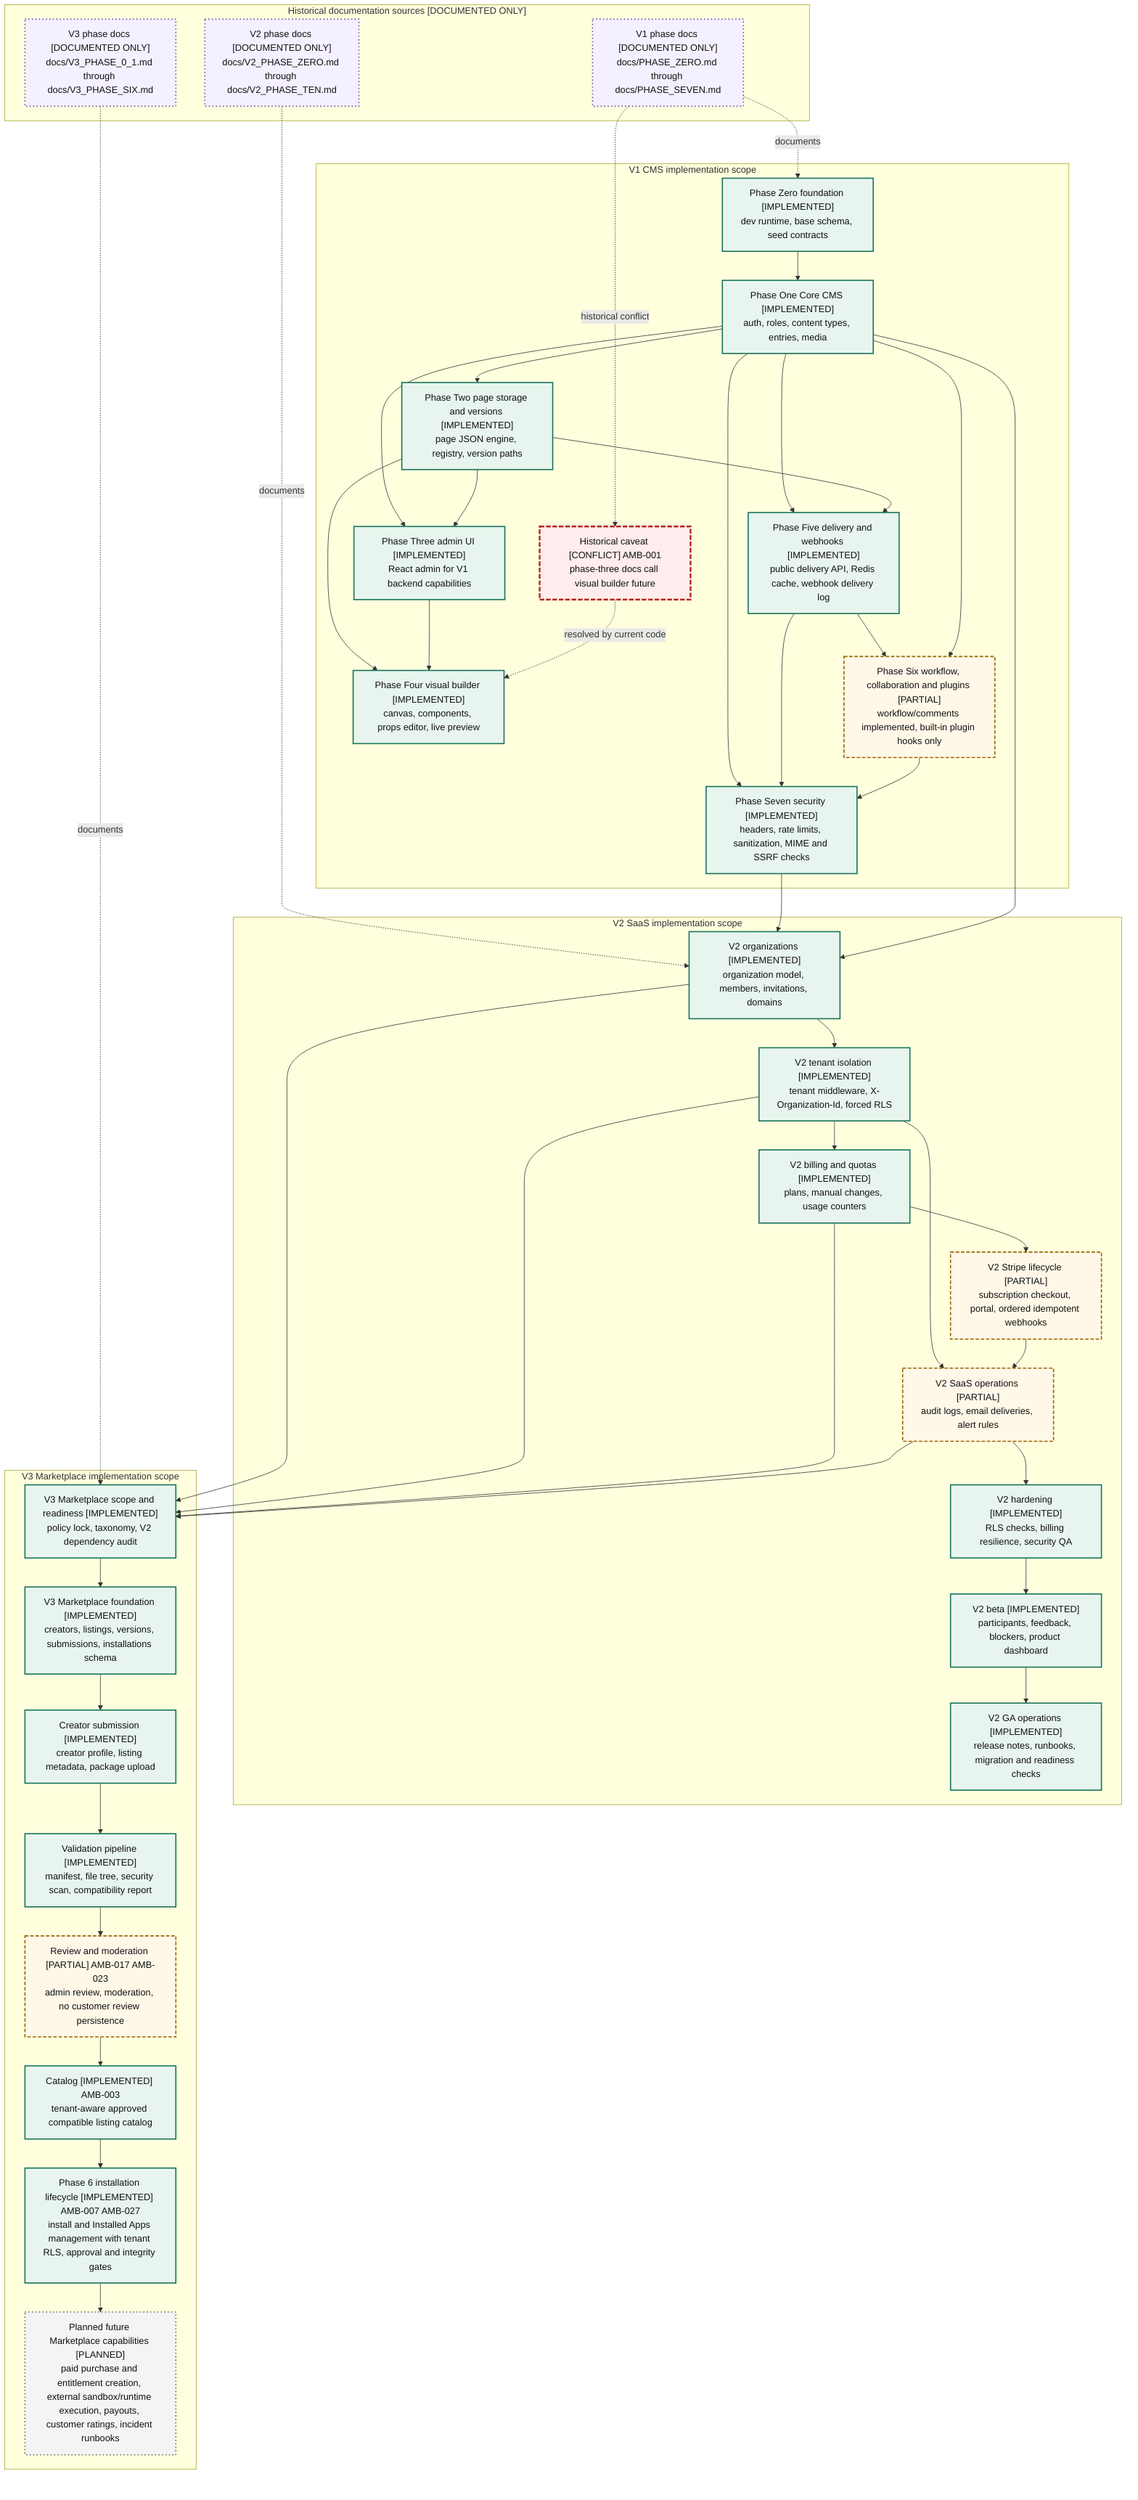
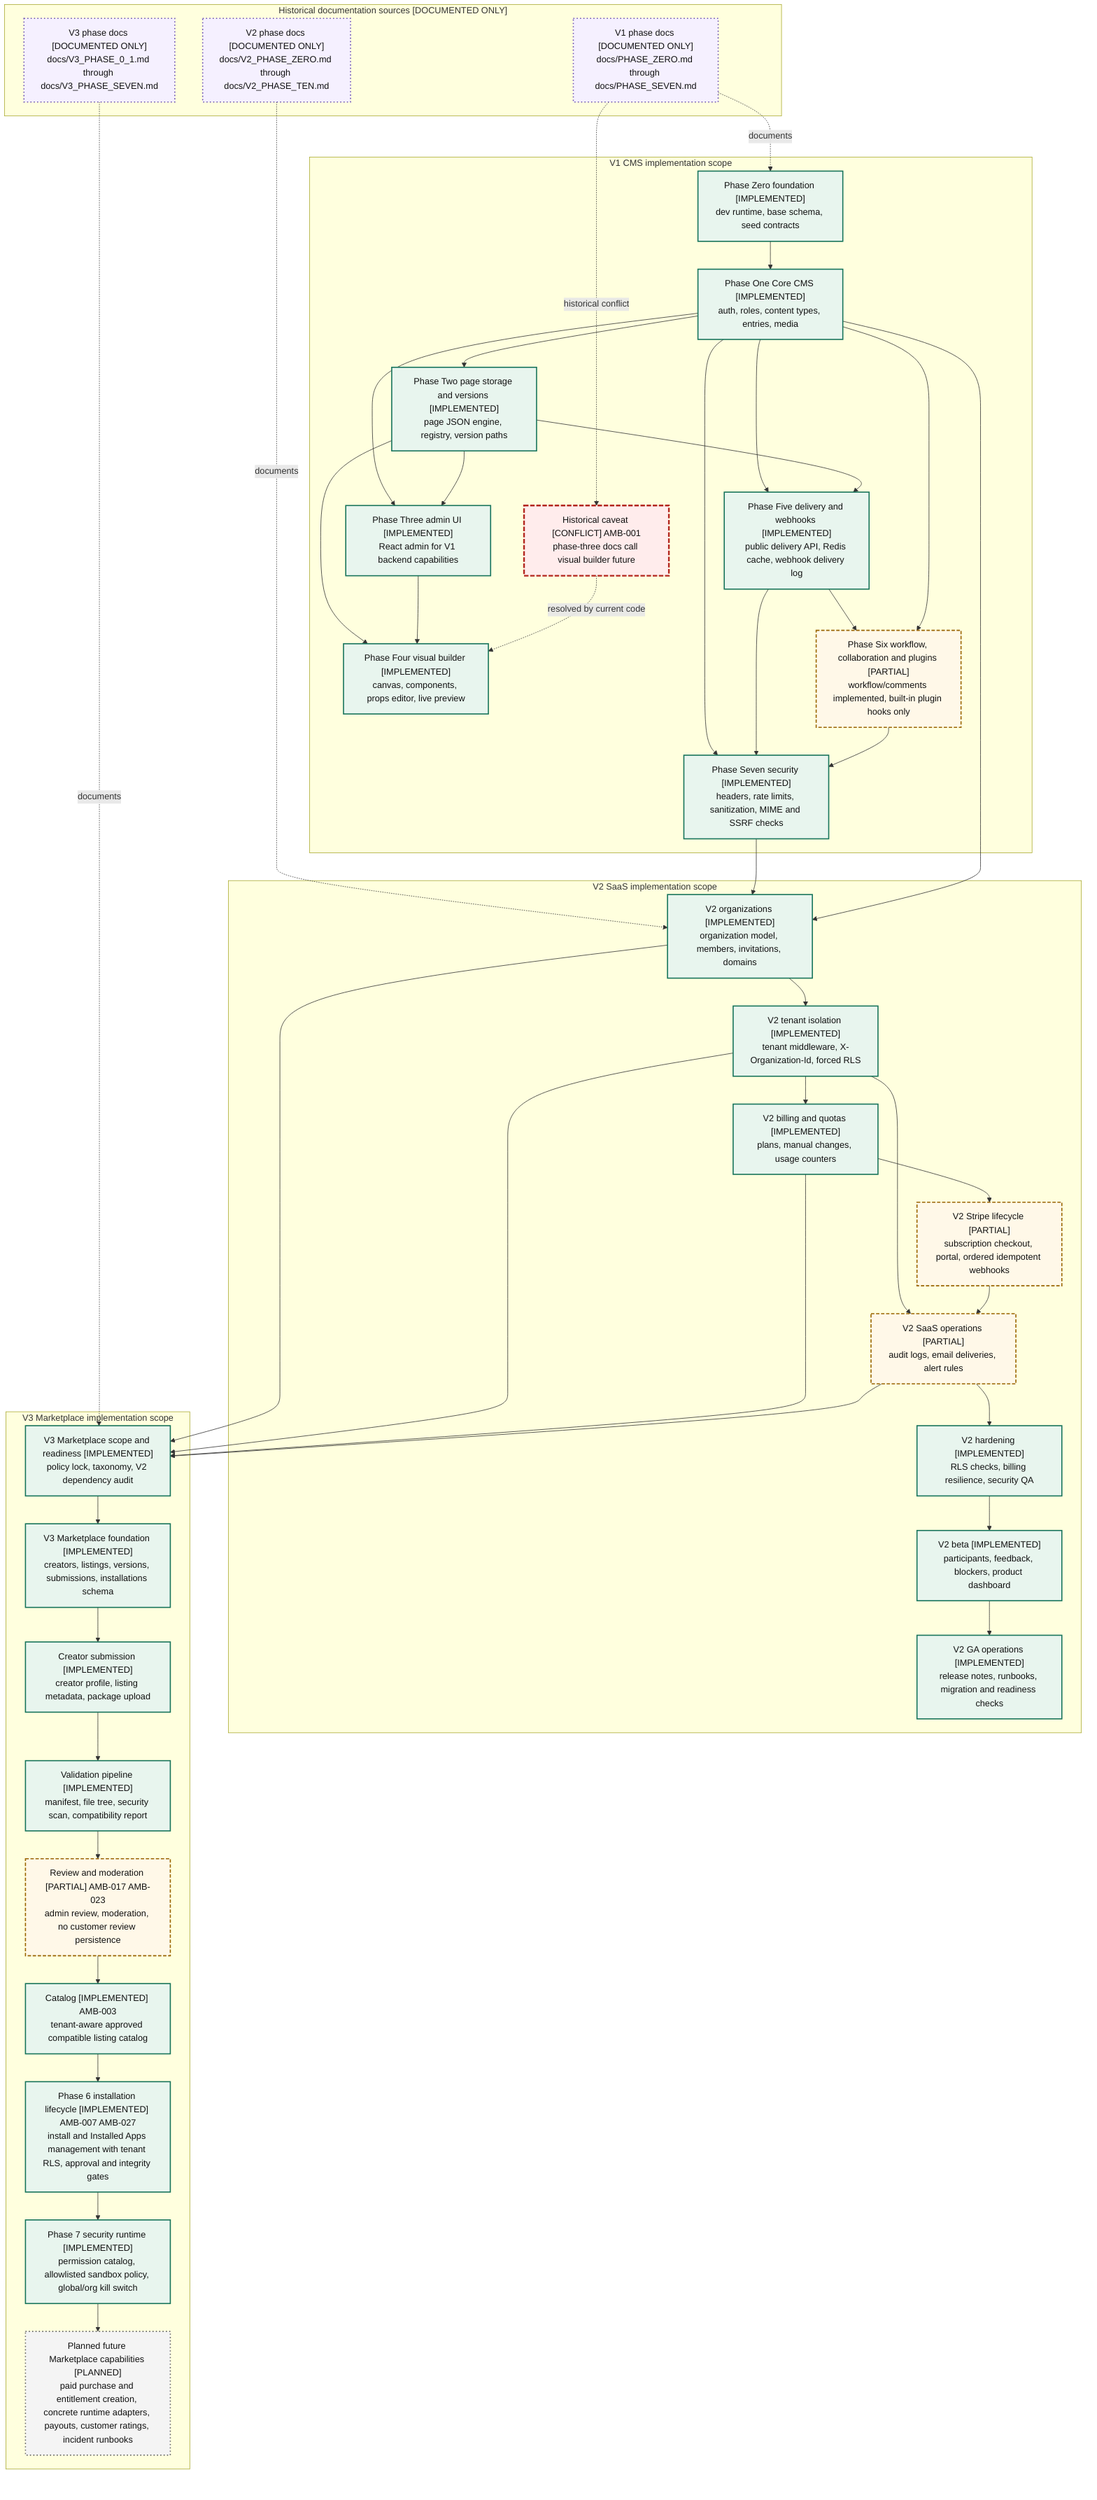
%% Evidence: docs/PHASE_ZERO.md
%% Evidence: docs/PHASE_ONE.md
%% Evidence: docs/PHASE_TWO.md
%% Evidence: docs/PHASE_THREE.md
%% Evidence: docs/PHASE_FOUR.md
%% Evidence: docs/PHASE_FIVE.md
%% Evidence: docs/PHASE_SIX.md
%% Evidence: docs/PHASE_SEVEN.md
%% Evidence: docs/V2_PHASE_ZERO.md
%% Evidence: docs/V2_PHASE_ONE.md
%% Evidence: docs/V2_PHASE_THREE.md
%% Evidence: docs/V2_PHASE_FIVE.md
%% Evidence: docs/V2_PHASE_SIX.md
%% Evidence: docs/V2_PHASE_SEVEN.md
%% Evidence: docs/V2_PHASE_EIGHT.md
%% Evidence: docs/V2_PHASE_NINE.md
%% Evidence: docs/V2_PHASE_TEN.md
%% Evidence: docs/V3_PHASE_0_1.md
%% Evidence: docs/V3_PHASE_0_2.md
%% Evidence: docs/V3_PHASE_ONE.md
%% Evidence: docs/V3_PHASE_TWO.md
%% Evidence: docs/V3_PHASE_THREE.md
%% Evidence: docs/V3_PHASE_FOUR.md
%% Evidence: docs/V3_PHASE_FIVE.md
+ %% Evidence: docs/V3_PHASE_SEVEN.md
%% Evidence: backend/migrations/0019_v3_phase_six_installation_lifecycle.sql
+ %% Evidence: backend/migrations/0020_v3_phase_seven_permission_sandbox_kill_switch.sql
+ %% Evidence: backend/src/services/marketplace_runtime.rs
+ %% Evidence: backend/src/routes/marketplace_runtime.rs
%% Evidence: backend/src/services/marketplace_installation.rs
%% Evidence: backend/src/routes/marketplace.rs
%% Evidence: frontend/src/pages/MarketplacePage.tsx
%% Evidence: docs/V3_MARKETPLACE_GAP_LIST.md
%% Evidence: docs/diagrams/ARCHITECTURE_AUDIT.md
%% Evidence: docs/diagrams/AMBIGUITIES.md
flowchart TD
  subgraph historical_docs["Historical documentation sources [DOCUMENTED ONLY]"]
    hist_v1["V1 phase docs [DOCUMENTED ONLY]<br/>docs/PHASE_ZERO.md through docs/PHASE_SEVEN.md"]
    hist_v2["V2 phase docs [DOCUMENTED ONLY]<br/>docs/V2_PHASE_ZERO.md through docs/V2_PHASE_TEN.md"]
-     hist_v3["V3 phase docs [DOCUMENTED ONLY]<br/>docs/V3_PHASE_0_1.md through docs/V3_PHASE_SIX.md"]
+     hist_v3["V3 phase docs [DOCUMENTED ONLY]<br/>docs/V3_PHASE_0_1.md through docs/V3_PHASE_SEVEN.md"]
  end

  subgraph v1_scope["V1 CMS implementation scope"]
    phase_zero["Phase Zero foundation [IMPLEMENTED]<br/>dev runtime, base schema, seed contracts"]
    phase_one["Phase One Core CMS [IMPLEMENTED]<br/>auth, roles, content types, entries, media"]
    phase_two["Phase Two page storage and versions [IMPLEMENTED]<br/>page JSON engine, registry, version paths"]
    phase_three["Phase Three admin UI [IMPLEMENTED]<br/>React admin for V1 backend capabilities"]
    phase_three_caveat["Historical caveat [CONFLICT] AMB-001<br/>phase-three docs call visual builder future"]
    phase_four["Phase Four visual builder [IMPLEMENTED]<br/>canvas, components, props editor, live preview"]
    phase_five["Phase Five delivery and webhooks [IMPLEMENTED]<br/>public delivery API, Redis cache, webhook delivery log"]
    phase_six["Phase Six workflow, collaboration and plugins [PARTIAL]<br/>workflow/comments implemented, built-in plugin hooks only"]
    phase_seven["Phase Seven security [IMPLEMENTED]<br/>headers, rate limits, sanitization, MIME and SSRF checks"]
  end

  subgraph v2_scope["V2 SaaS implementation scope"]
    v2_orgs["V2 organizations [IMPLEMENTED]<br/>organization model, members, invitations, domains"]
    v2_tenant["V2 tenant isolation [IMPLEMENTED]<br/>tenant middleware, X-Organization-Id, forced RLS"]
    v2_billing_quotas["V2 billing and quotas [IMPLEMENTED]<br/>plans, manual changes, usage counters"]
    v2_stripe["V2 Stripe lifecycle [PARTIAL]<br/>subscription checkout, portal, ordered idempotent webhooks"]
    v2_saas_ops["V2 SaaS operations [PARTIAL]<br/>audit logs, email deliveries, alert rules"]
    v2_hardening["V2 hardening [IMPLEMENTED]<br/>RLS checks, billing resilience, security QA"]
    v2_beta["V2 beta [IMPLEMENTED]<br/>participants, feedback, blockers, product dashboard"]
    v2_ga["V2 GA operations [IMPLEMENTED]<br/>release notes, runbooks, migration and readiness checks"]
  end

  subgraph v3_scope["V3 Marketplace implementation scope"]
    v3_scope_ready["V3 Marketplace scope and readiness [IMPLEMENTED]<br/>policy lock, taxonomy, V2 dependency audit"]
    v3_foundation["V3 Marketplace foundation [IMPLEMENTED]<br/>creators, listings, versions, submissions, installations schema"]
    v3_creator_submission["Creator submission [IMPLEMENTED]<br/>creator profile, listing metadata, package upload"]
    v3_validation["Validation pipeline [IMPLEMENTED]<br/>manifest, file tree, security scan, compatibility report"]
    v3_review["Review and moderation [PARTIAL] AMB-017 AMB-023<br/>admin review, moderation, no customer review persistence"]
    v3_catalog["Catalog [IMPLEMENTED] AMB-003<br/>tenant-aware approved compatible listing catalog"]
    v3_install["Phase 6 installation lifecycle [IMPLEMENTED] AMB-007 AMB-027<br/>install and Installed Apps management with tenant RLS, approval and integrity gates"]
-     v3_future["Planned future Marketplace capabilities [PLANNED]<br/>paid purchase and entitlement creation, external sandbox/runtime execution, payouts, customer ratings, incident runbooks"]
+     v3_security["Phase 7 security runtime [IMPLEMENTED]<br/>permission catalog, allowlisted sandbox policy, global/org kill switch"]
+     v3_future["Planned future Marketplace capabilities [PLANNED]<br/>paid purchase and entitlement creation, concrete runtime adapters, payouts, customer ratings, incident runbooks"]
  end

  hist_v1 -. documents .-> phase_zero
  hist_v2 -. documents .-> v2_orgs
  hist_v3 -. documents .-> v3_scope_ready
  hist_v1 -. historical conflict .-> phase_three_caveat

  phase_zero --> phase_one
  phase_one --> phase_two
  phase_one --> phase_three
  phase_two --> phase_three
  phase_two --> phase_four
  phase_three --> phase_four
  phase_one --> phase_five
  phase_two --> phase_five
  phase_five --> phase_six
  phase_one --> phase_six
  phase_one --> phase_seven
  phase_five --> phase_seven
  phase_six --> phase_seven
  phase_three_caveat -. resolved by current code .-> phase_four

  phase_seven --> v2_orgs
  phase_one --> v2_orgs
  v2_orgs --> v2_tenant
  v2_tenant --> v2_billing_quotas
  v2_billing_quotas --> v2_stripe
  v2_tenant --> v2_saas_ops
  v2_stripe --> v2_saas_ops
  v2_saas_ops --> v2_hardening
  v2_hardening --> v2_beta
  v2_beta --> v2_ga

  v2_orgs --> v3_scope_ready
  v2_tenant --> v3_scope_ready
  v2_billing_quotas --> v3_scope_ready
  v2_saas_ops --> v3_scope_ready
  v3_scope_ready --> v3_foundation
  v3_foundation --> v3_creator_submission
  v3_creator_submission --> v3_validation
  v3_validation --> v3_review
  v3_review --> v3_catalog
  v3_catalog --> v3_install
-   v3_install --> v3_future
+   v3_install --> v3_security
+   v3_security --> v3_future

  class hist_v1,hist_v2,hist_v3 documented
-   class phase_zero,phase_one,phase_two,phase_three,phase_four,phase_five,phase_seven,v2_orgs,v2_tenant,v2_billing_quotas,v2_hardening,v2_beta,v2_ga,v3_scope_ready,v3_foundation,v3_creator_submission,v3_validation,v3_catalog,v3_install implemented
+   class phase_zero,phase_one,phase_two,phase_three,phase_four,phase_five,phase_seven,v2_orgs,v2_tenant,v2_billing_quotas,v2_hardening,v2_beta,v2_ga,v3_scope_ready,v3_foundation,v3_creator_submission,v3_validation,v3_catalog,v3_install,v3_security implemented
  class phase_six,v2_stripe,v2_saas_ops,v3_review partial
  class v3_future planned
  class phase_three_caveat conflict
  classDef implemented fill:#e8f5ee,stroke:#17745b,stroke-width:2px,color:#111
  classDef partial fill:#fff8e8,stroke:#9a6500,stroke-width:2px,stroke-dasharray: 6 3,color:#111
  classDef planned fill:#f4f4f4,stroke:#666,stroke-width:2px,stroke-dasharray: 2 4,color:#111
  classDef documented fill:#f5f0ff,stroke:#6a4fb3,stroke-width:2px,stroke-dasharray: 2 4,color:#111
  classDef conflict fill:#ffecec,stroke:#b3261e,stroke-width:3px,stroke-dasharray: 8 3,color:#111
